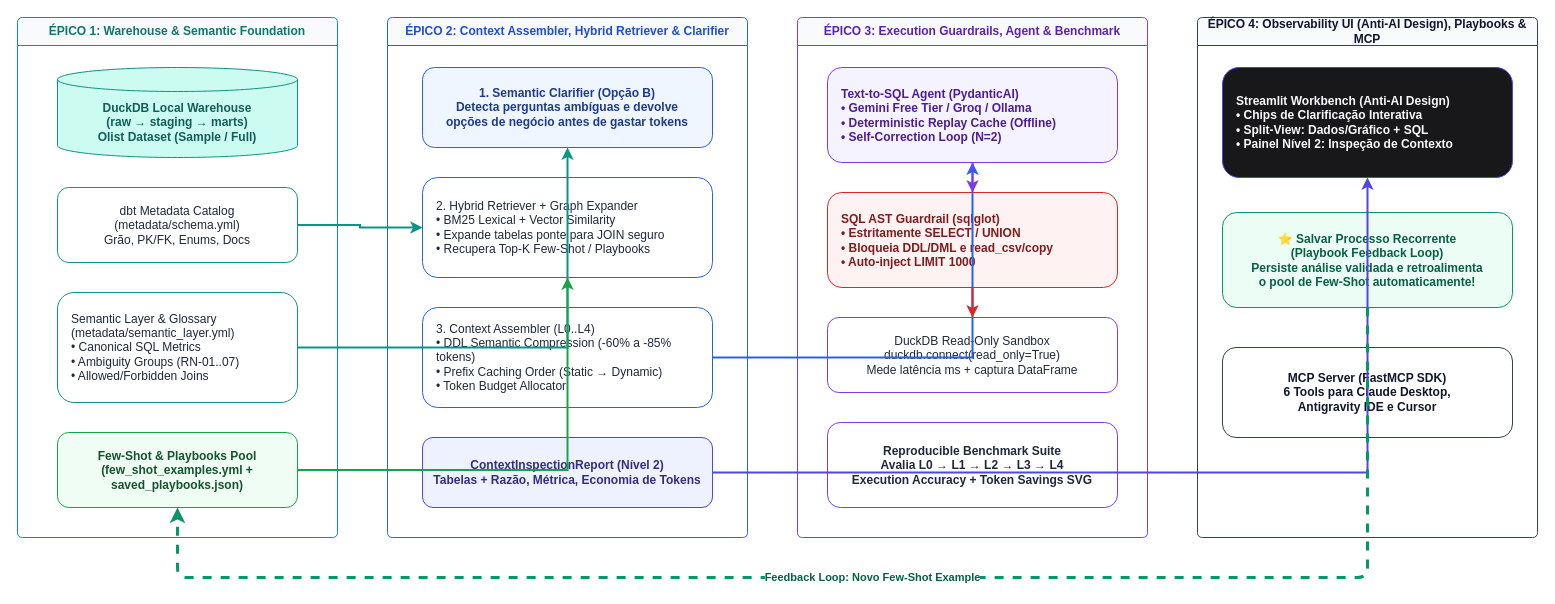
dantinha/data-context-engine keeps this draw.io diagram as docs/architecture/data-context-engine-c4.drawio. Above is the earlier version. Source tidied: cells renumbered, new cells numbered last; positions are measured from the earlier drawing's top-left corner, leaving out a move shared by most shapes. Both pictures are drawn from the tidied source at 100%, with x=0, y=0 at pixel (17, 17).
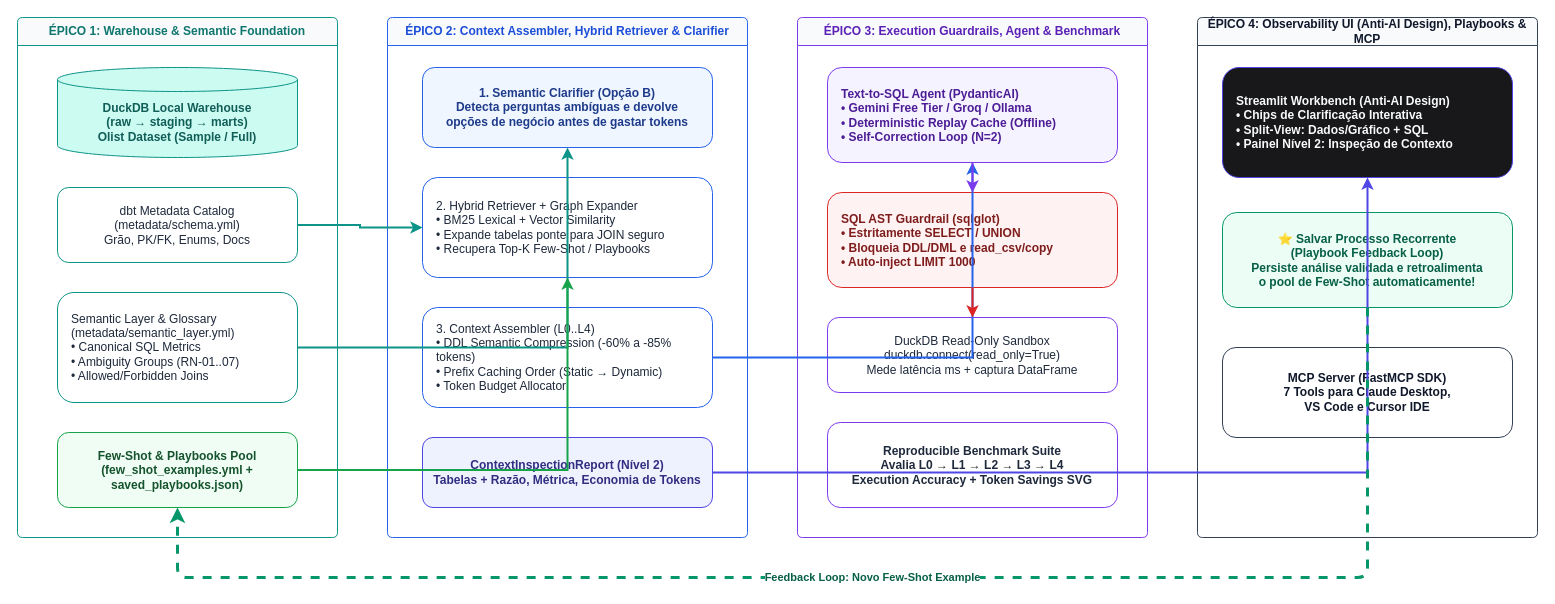
After the change.

Commit message (it also covers changes not shown here):
docs: add executive pitch document and architecture specifications

The change refers to these unchanged cells:
```xml
<mxCell id="17" value="ÉPICO 4: Observability UI (Anti-AI Design), Playbooks &amp; MCP" style="swimlane;whiteSpace=wrap;html=1;startSize=28;fillColor=#f8fafc;strokeColor=#334155;fontColor=#0f172a;fontStyle=1;rounded=1;arcSize=6;" parent="1" vertex="1">
  <mxGeometry x="1180" width="340" height="520" as="geometry" />
</mxCell>
```

The edit, as a diff of the source:
```diff
@@
-    <mxCell id="20" value="MCP Server (FastMCP SDK)&#10;6 Tools para Claude Desktop,&#10;Antigravity IDE e Cursor" style="rounded=1;whiteSpace=wrap;html=1;fillColor=#ffffff;strokeColor=#334155;fontColor=#0f172a;fontStyle=1;" parent="17" vertex="1">
+    <mxCell id="20" value="MCP Server (FastMCP SDK)&#10;7 Tools para Claude Desktop,&#10;VS Code e Cursor IDE" style="rounded=1;whiteSpace=wrap;html=1;fillColor=#ffffff;strokeColor=#334155;fontColor=#0f172a;fontStyle=1;" parent="17" vertex="1">
       <mxGeometry x="25" y="330" width="290" height="90" as="geometry" />
     </mxCell>
```
